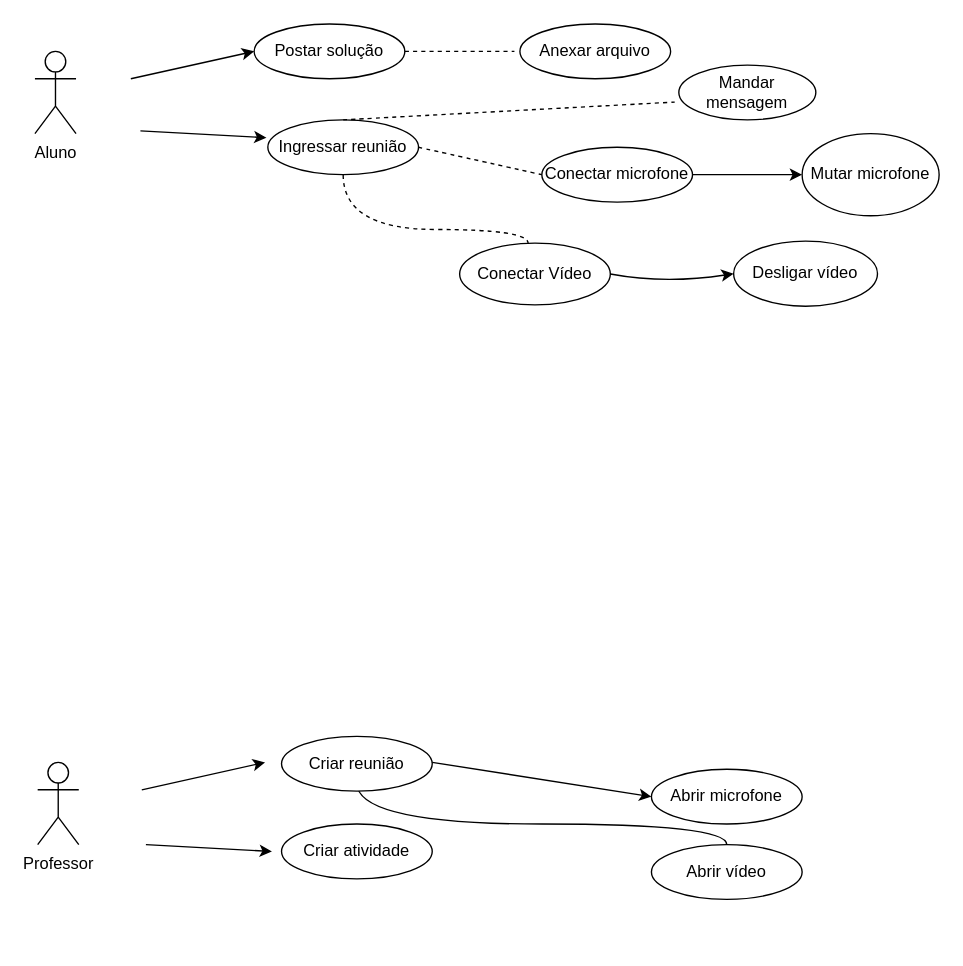
Earlier version of the draw.io diagram Untitled Diagram.drawio (Jordan-Lima/bertoti). Source tidied: cells renumbered, new cells numbered last; positions are measured from the earlier drawing's top-left corner, leaving out a move shared by most shapes. Both pictures are drawn from the tidied source at 137%, with x=0, y=0 at pixel (34, 23).
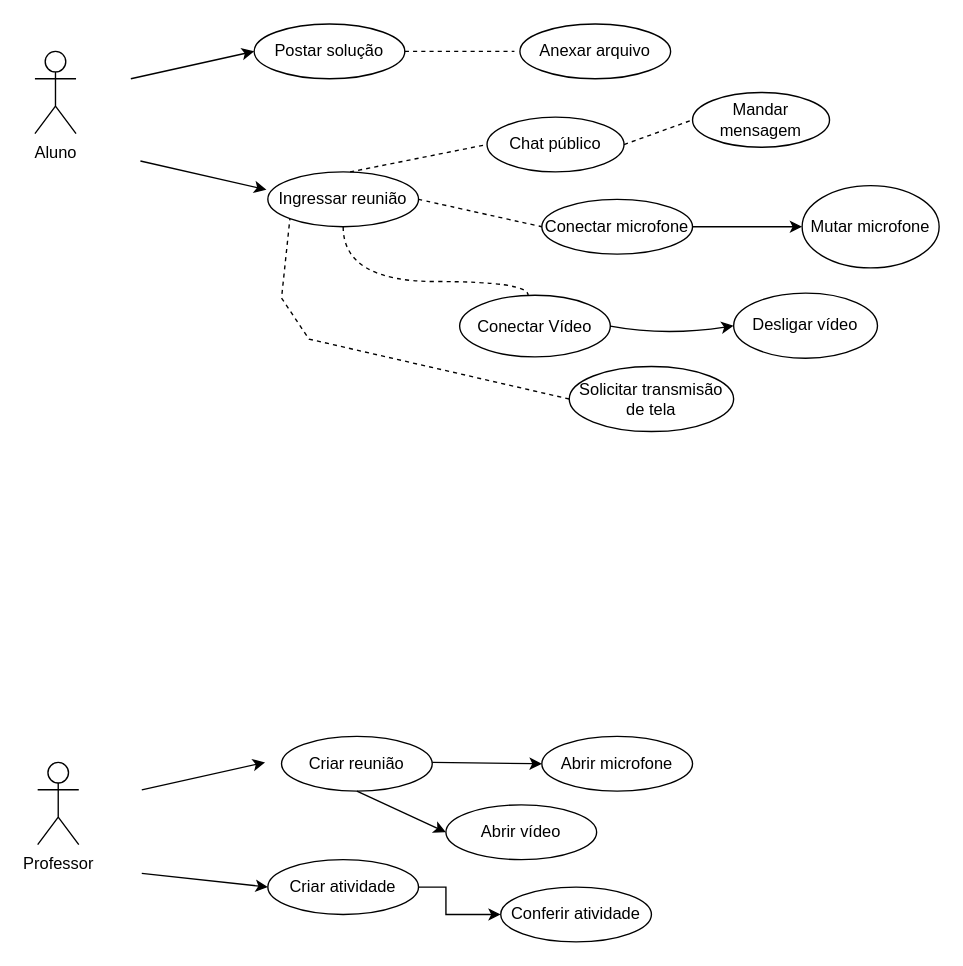
The same page after the edit.

The change refers to these unchanged cells:
```xml
<mxCell id="14" value="&lt;span&gt;Criar reunião&lt;/span&gt;" style="ellipse;whiteSpace=wrap;html=1;" parent="1" vertex="1">
  <mxGeometry x="180" y="520" width="110" height="40" as="geometry" />
</mxCell>
```

Change to the diagram source:
```diff
@@
-    <mxCell id="6" style="endArrow=classic;html=1;rounded=0;" parent="1" edge="1">
+    <mxCell id="6" style="endArrow=classic;html=1;rounded=0;entryX=0;entryY=0.5;entryDx=0;entryDy=0;" parent="1" edge="1" target="12">
       <mxGeometry relative="1" as="geometry">
-        <mxPoint x="81" y="599" as="sourcePoint" />
-        <mxPoint x="173" y="604" as="targetPoint" />
+        <mxPoint x="78" y="620" as="sourcePoint" />
       </mxGeometry>
     </mxCell>
     <mxCell id="7" style="endArrow=classic;html=1;rounded=0;" parent="1" edge="1">
       <mxGeometry relative="1" as="geometry">
-        <mxPoint x="77" y="78" as="sourcePoint" />
-        <mxPoint x="169" y="83" as="targetPoint" />
+        <mxPoint x="77" y="100" as="sourcePoint" />
+        <mxPoint x="169" y="121" as="targetPoint" />
       </mxGeometry>
     </mxCell>
     <mxCell id="8" style="edgeStyle=orthogonalEdgeStyle;curved=1;jettySize=auto;html=1;dashed=1;startArrow=none;startFill=0;endArrow=none;endFill=0;entryX=0.5;entryY=0;entryDx=0;entryDy=0;" parent="1" edge="1" source="9" target="17">
       <mxGeometry relative="1" as="geometry">
         <Array as="points">
-          <mxPoint x="225" y="150" />
-          <mxPoint x="360" y="150" />
-          <mxPoint x="360" y="170" />
+          <mxPoint x="225" y="188" />
+          <mxPoint x="360" y="188" />
+          <mxPoint x="360" y="208" />
         </Array>
       </mxGeometry>
     </mxCell>
     <mxCell id="9" value="&lt;span&gt;Ingressar reunião&lt;/span&gt;" style="ellipse;whiteSpace=wrap;html=1;" parent="1" vertex="1">
-      <mxGeometry x="170" y="70" width="110" height="40" as="geometry" />
+      <mxGeometry x="170" y="108" width="110" height="40" as="geometry" />
     </mxCell>
@@
+    <mxCell id="28" style="edgeStyle=orthogonalEdgeStyle;rounded=0;jettySize=auto;html=1;entryX=0;entryY=0.5;entryDx=0;entryDy=0;" parent="1" edge="1" source="12" target="35">
+      <mxGeometry relative="1" as="geometry">
+        <Array as="points">
+          <mxPoint x="300" y="630" />
+          <mxPoint x="300" y="650" />
+        </Array>
+      </mxGeometry>
+    </mxCell>
     <mxCell id="12" value="Criar atividade" style="ellipse;whiteSpace=wrap;html=1;" parent="1" vertex="1">
-      <mxGeometry x="180" y="584" width="110" height="40" as="geometry" />
+      <mxGeometry x="170" y="610" width="110" height="40" as="geometry" />
     </mxCell>
-    <mxCell id="13" style="edgeStyle=orthogonalEdgeStyle;curved=1;jettySize=auto;html=1;startArrow=none;startFill=0;endArrow=none;endFill=0;" parent="1" edge="1" target="20">
-      <mxGeometry relative="1" as="geometry">
-        <mxPoint x="235" y="554" as="sourcePoint" />
-        <Array as="points">
-          <mxPoint x="235" y="584" />
-          <mxPoint x="505" y="584" />
-        </Array>
-      </mxGeometry>
-    </mxCell>
@@
     <mxCell id="16" value="&lt;span&gt;Conectar microfone&lt;/span&gt;" style="ellipse;whiteSpace=wrap;html=1;" parent="1" vertex="1">
-      <mxGeometry x="370" y="90" width="110" height="40" as="geometry" />
+      <mxGeometry x="370" y="128" width="110" height="40" as="geometry" />
     </mxCell>
     <mxCell id="17" value="Conectar Vídeo" style="ellipse;whiteSpace=wrap;html=1;" parent="1" vertex="1">
-      <mxGeometry x="310" y="160" width="110" height="45" as="geometry" />
+      <mxGeometry x="310" y="198" width="110" height="45" as="geometry" />
     </mxCell>
     <mxCell id="18" value="&lt;span&gt;Abrir microfone&lt;/span&gt;" style="ellipse;whiteSpace=wrap;html=1;" parent="1" vertex="1">
-      <mxGeometry x="450" y="544" width="110" height="40" as="geometry" />
+      <mxGeometry x="370" y="520" width="110" height="40" as="geometry" />
     </mxCell>
@@
     <mxCell id="20" value="&lt;span&gt;Abrir vídeo&lt;/span&gt;" style="ellipse;whiteSpace=wrap;html=1;" parent="1" vertex="1">
-      <mxGeometry x="450" y="599" width="110" height="40" as="geometry" />
+      <mxGeometry x="300" y="570" width="110" height="40" as="geometry" />
     </mxCell>
     <mxCell id="21" value="Mandar mensagem" style="ellipse;whiteSpace=wrap;html=1;" parent="1" vertex="1">
-      <mxGeometry x="470" y="30" width="100" height="40" as="geometry" />
+      <mxGeometry x="480" y="50" width="100" height="40" as="geometry" />
     </mxCell>
-    <mxCell id="22" style="endArrow=none;dashed=1;html=1;curved=1;exitX=0.5;exitY=0;exitDx=0;exitDy=0;entryX=-0.03;entryY=0.675;entryDx=0;entryDy=0;entryPerimeter=0;" parent="1" edge="1" source="9" target="21">
-      <mxGeometry relative="1" as="geometry" />
-    </mxCell>
     <mxCell id="23" value="Mutar microfone" style="ellipse;whiteSpace=wrap;html=1;" parent="1" vertex="1">
-      <mxGeometry x="560" y="80" width="100" height="60" as="geometry" />
+      <mxGeometry x="560" y="118" width="100" height="60" as="geometry" />
     </mxCell>
     <mxCell id="24" value="Desligar vídeo" style="ellipse;whiteSpace=wrap;html=1;" parent="1" vertex="1">
-      <mxGeometry x="510" y="158.5" width="105" height="47.5" as="geometry" />
+      <mxGeometry x="510" y="196.5" width="105" height="47.5" as="geometry" />
     </mxCell>
     <mxCell id="25" style="endArrow=classic;html=1;curved=1;entryX=0;entryY=0.5;entryDx=0;entryDy=0;exitX=1;exitY=0.5;exitDx=0;exitDy=0;" parent="1" edge="1" source="17" target="24">
       <mxGeometry relative="1" as="geometry">
         <Array as="points">
-          <mxPoint x="460" y="190" />
+          <mxPoint x="460" y="228" />
         </Array>
       </mxGeometry>
     </mxCell>
@@
+    <mxCell id="29" value="Chat público" style="ellipse;whiteSpace=wrap;html=1;" parent="1" vertex="1">
+      <mxGeometry x="330" y="68" width="100" height="40" as="geometry" />
+    </mxCell>
+    <mxCell id="30" style="endArrow=none;dashed=1;html=1;rounded=0;entryX=0;entryY=0.5;entryDx=0;entryDy=0;" parent="1" edge="1" target="29">
+      <mxGeometry relative="1" as="geometry">
+        <mxPoint x="230" y="108" as="sourcePoint" />
+      </mxGeometry>
+    </mxCell>
+    <mxCell id="31" style="endArrow=none;dashed=1;html=1;rounded=0;exitX=1;exitY=0.5;exitDx=0;exitDy=0;entryX=0;entryY=0.5;entryDx=0;entryDy=0;" parent="1" edge="1" source="29" target="21">
+      <mxGeometry relative="1" as="geometry" />
+    </mxCell>
+    <mxCell id="32" style="endArrow=none;dashed=1;html=1;rounded=0;entryX=0;entryY=1;entryDx=0;entryDy=0;exitX=0;exitY=0.5;exitDx=0;exitDy=0;" parent="1" edge="1" source="33" target="9">
+      <mxGeometry relative="1" as="geometry">
+        <Array as="points">
+          <mxPoint x="200" y="230" />
+          <mxPoint x="180" y="200" />
+        </Array>
+      </mxGeometry>
+    </mxCell>
+    <mxCell id="33" value="Solicitar transmisão de tela" style="ellipse;whiteSpace=wrap;html=1;" parent="1" vertex="1">
+      <mxGeometry x="390" y="250" width="120" height="47.5" as="geometry" />
+    </mxCell>
+    <mxCell id="34" style="endArrow=classic;html=1;rounded=0;exitX=0.5;exitY=1;exitDx=0;exitDy=0;entryX=0;entryY=0.5;entryDx=0;entryDy=0;" parent="1" edge="1" source="14" target="20">
+      <mxGeometry relative="1" as="geometry" />
+    </mxCell>
+    <mxCell id="35" value="&lt;span&gt;Conferir atividade&lt;/span&gt;" style="ellipse;whiteSpace=wrap;html=1;" parent="1" vertex="1">
+      <mxGeometry x="340" y="630" width="110" height="40" as="geometry" />
+    </mxCell>
```
